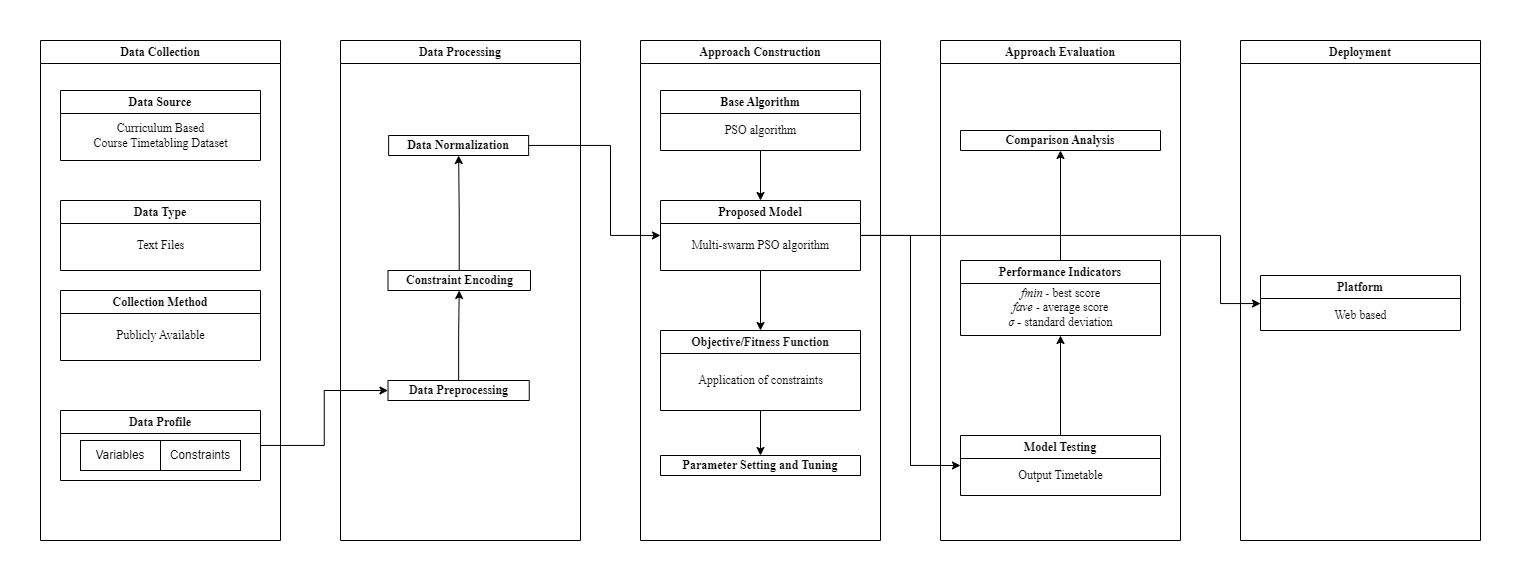
Earlier version of the draw.io export framework.png (Gian44/thesis-proposal). Source tidied: cells renumbered, new cells last; positions are measured from the earlier drawing's top-left corner, leaving out a move shared by most shapes.
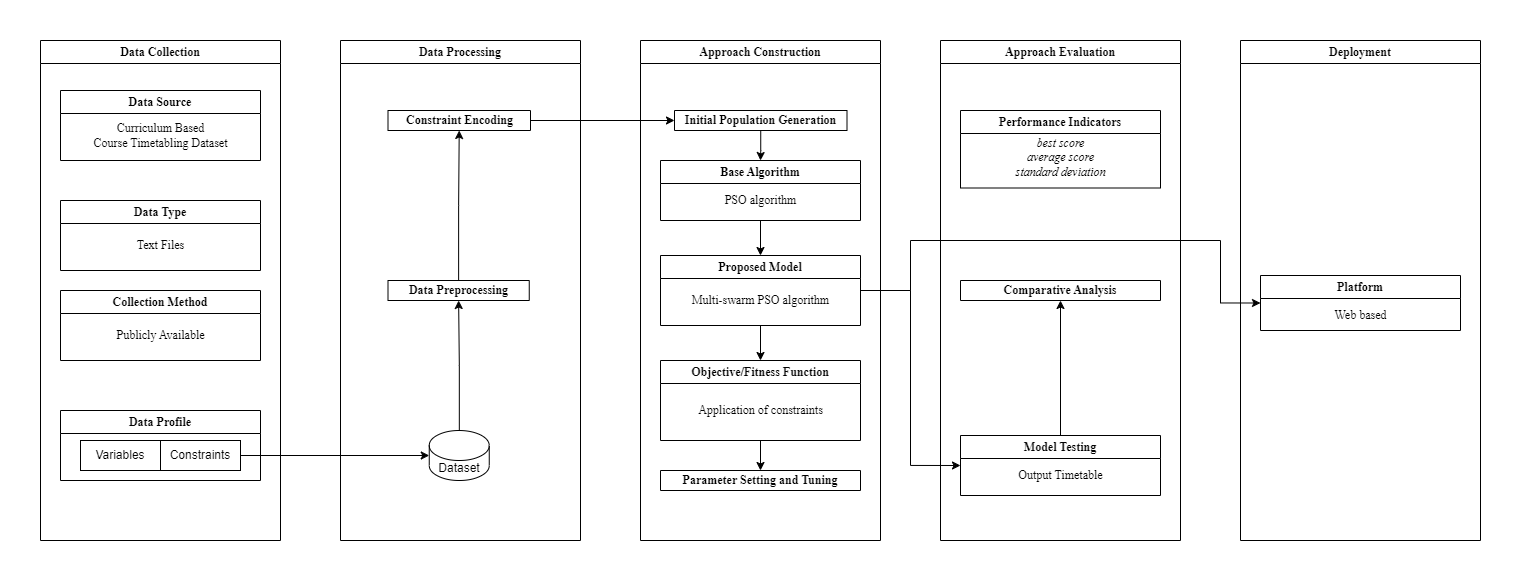
The same file after the commit.

What changed in the source:
```diff
@@ -122,6 +122,12 @@
         <mxPoint x="130" y="240" as="targetPoint" />
       </mxGeometry>
     </mxCell>
+    <mxCell id="46" value="&lt;font&gt;Constraint Encoding&lt;/font&gt;" style="swimlane;whiteSpace=wrap;html=1;fontStyle=1;fontFamily=Computer Modern;" parent="11" vertex="1" collapsed="1">
+      <mxGeometry x="47.5" y="70" width="142.5" height="20" as="geometry" />
+    </mxCell>
+    <mxCell id="58" value="Dataset" style="shape=cylinder3;whiteSpace=wrap;html=1;boundedLbl=1;backgroundOutline=1;size=15;" parent="11" vertex="1">
+      <mxGeometry x="88.8" y="390" width="60" height="50" as="geometry" />
+    </mxCell>
     <mxCell id="25" value="&lt;font&gt;Approach Construction&lt;/font&gt;" style="swimlane;whiteSpace=wrap;html=1;fontStyle=1;fontFamily=Computer Modern;" parent="1" vertex="1">
       <mxGeometry x="640" y="40" width="240" height="500" as="geometry" />
     </mxCell>
@@ -129,7 +135,7 @@
       <mxGeometry relative="1" as="geometry" />
     </mxCell>
     <mxCell id="27" value="&lt;font&gt;Proposed Model&lt;/font&gt;" style="swimlane;whiteSpace=wrap;html=1;fontStyle=1;fontFamily=Computer Modern;" parent="25" vertex="1">
-      <mxGeometry x="20" y="160" width="200" height="70" as="geometry" />
+      <mxGeometry x="20" y="215" width="200" height="70" as="geometry" />
     </mxCell>
     <mxCell id="28" value="Multi-swarm PSO algorithm" style="text;html=1;align=center;verticalAlign=middle;strokeColor=none;fillColor=none;fontFamily=Computer Modern;" parent="27" vertex="1">
       <mxGeometry x="20" y="30" width="160" height="30" as="geometry" />
@@ -138,14 +144,29 @@
       <mxGeometry relative="1" as="geometry" />
     </mxCell>
     <mxCell id="30" value="&lt;font&gt;Objective/Fitness Function&lt;/font&gt;" style="swimlane;whiteSpace=wrap;html=1;fontStyle=1;fontFamily=Computer Modern;" parent="25" vertex="1">
-      <mxGeometry x="20" y="290" width="200" height="80" as="geometry" />
+      <mxGeometry x="20" y="320" width="200" height="80" as="geometry" />
     </mxCell>
     <mxCell id="31" value="Application of constraints" style="text;html=1;align=center;verticalAlign=middle;strokeColor=none;fillColor=none;fontFamily=Computer Modern;" parent="30" vertex="1">
       <mxGeometry x="25" y="35" width="150" height="30" as="geometry" />
     </mxCell>
     <mxCell id="32" value="&lt;font&gt;Parameter Setting and Tuning&lt;/font&gt;" style="swimlane;whiteSpace=wrap;html=1;fontStyle=1;fontFamily=Computer Modern;" parent="25" vertex="1" collapsed="1">
-      <mxGeometry x="20" y="415" width="200" height="20" as="geometry" />
+      <mxGeometry x="20" y="430" width="200" height="20" as="geometry" />
     </mxCell>
+    <mxCell id="59" style="edgeStyle=orthogonalEdgeStyle;rounded=0;jettySize=auto;html=1;entryX=0.5;entryY=0;entryDx=0;entryDy=0;" parent="25" edge="1" source="60" target="53">
+      <mxGeometry relative="1" as="geometry" />
+    </mxCell>
+    <mxCell id="60" value="&lt;font&gt;Initial Population Generation&lt;/font&gt;" style="swimlane;whiteSpace=wrap;html=1;fontStyle=1;fontFamily=Computer Modern;" parent="25" vertex="1" collapsed="1">
+      <mxGeometry x="34" y="70" width="172.5" height="20" as="geometry" />
+    </mxCell>
+    <mxCell id="53" value="&lt;font&gt;Base Algorithm&lt;/font&gt;" style="swimlane;whiteSpace=wrap;html=1;fontStyle=1;fontFamily=Computer Modern;" parent="25" vertex="1">
+      <mxGeometry x="20" y="120" width="200" height="60" as="geometry" />
+    </mxCell>
+    <mxCell id="54" value="PSO algorithm" style="text;html=1;align=center;verticalAlign=middle;strokeColor=none;fillColor=none;fontFamily=Computer Modern;rotation=0;" parent="53" vertex="1">
+      <mxGeometry x="50" y="25" width="100" height="30" as="geometry" />
+    </mxCell>
+    <mxCell id="52" style="edgeStyle=orthogonalEdgeStyle;rounded=0;jettySize=auto;html=1;" parent="25" edge="1" source="53" target="27">
+      <mxGeometry relative="1" as="geometry" />
+    </mxCell>
     <mxCell id="33" value="&lt;font&gt;Approach Evaluation&lt;/font&gt;" style="swimlane;whiteSpace=wrap;html=1;fontStyle=1;fontFamily=Computer Modern;" parent="1" vertex="1">
       <mxGeometry x="940" y="40" width="240" height="500" as="geometry" />
     </mxCell>
@@ -155,9 +176,18 @@
     <mxCell id="35" value="Output Timetable" style="text;html=1;align=center;verticalAlign=middle;strokeColor=none;fillColor=none;fontFamily=Computer Modern;" parent="34" vertex="1">
       <mxGeometry x="45" y="25" width="110" height="30" as="geometry" />
     </mxCell>
-    <mxCell id="36" value="&lt;font&gt;Comparison Analysis&lt;/font&gt;" style="swimlane;whiteSpace=wrap;html=1;fontStyle=1;fontFamily=Computer Modern;" parent="33" vertex="1">
-      <mxGeometry x="20" y="90" width="200" height="20" as="geometry" />
-    </mxCell>
+    <mxCell id="50" value="&lt;font&gt;Performance Indicators&lt;/font&gt;" style="swimlane;whiteSpace=wrap;html=1;fontStyle=1;fontFamily=Computer Modern;" parent="33" vertex="1">
+      <mxGeometry x="20" y="70" width="200" height="77.5" as="geometry" />
+    </mxCell>
+    <mxCell id="61" value="&lt;i&gt;best score&lt;br&gt;average score&lt;br&gt;standard deviation&lt;br&gt;&lt;/i&gt;" style="text;html=1;align=center;verticalAlign=middle;strokeColor=none;fillColor=none;fontFamily=Computer Modern;" parent="50" vertex="1">
+      <mxGeometry x="45" y="17.5" width="110" height="60" as="geometry" />
+    </mxCell>
+    <mxCell id="62" value="&lt;font&gt;Comparative Analysis&lt;/font&gt;" style="swimlane;whiteSpace=wrap;html=1;fontStyle=1;fontFamily=Computer Modern;" parent="33" vertex="1">
+      <mxGeometry x="20" y="240" width="200" height="20" as="geometry" />
+    </mxCell>
+    <mxCell id="55" style="edgeStyle=orthogonalEdgeStyle;rounded=0;jettySize=auto;html=1;entryX=0.5;entryY=1;entryDx=0;entryDy=0;" parent="33" edge="1" source="34" target="62">
+      <mxGeometry relative="1" as="geometry" />
+    </mxCell>
     <mxCell id="37" value="&lt;font&gt;Deployment&lt;/font&gt;" style="swimlane;whiteSpace=wrap;html=1;fontStyle=1;fontFamily=Computer Modern;" parent="1" vertex="1">
       <mxGeometry x="1240" y="40" width="240" height="500" as="geometry" />
     </mxCell>
@@ -177,59 +207,29 @@
       <mxGeometry relative="1" as="geometry" />
     </mxCell>
     <mxCell id="43" value="&lt;font&gt;Data Preprocessing&lt;/font&gt;" style="swimlane;whiteSpace=wrap;html=1;fontStyle=1;fontFamily=Computer Modern;" parent="1" vertex="1" collapsed="1">
-      <mxGeometry x="387.5" y="380" width="141.2" height="20" as="geometry" />
+      <mxGeometry x="387.5" y="280" width="141.2" height="20" as="geometry" />
     </mxCell>
-    <mxCell id="44" style="edgeStyle=orthogonalEdgeStyle;rounded=0;jettySize=auto;html=1;entryX=0;entryY=0.5;entryDx=0;entryDy=0;" parent="1" edge="1" source="6" target="43">
-      <mxGeometry relative="1" as="geometry" />
-    </mxCell>
-    <mxCell id="45" style="edgeStyle=orthogonalEdgeStyle;rounded=0;jettySize=auto;html=1;entryX=0.5;entryY=1;entryDx=0;entryDy=0;" parent="1" edge="1" source="46" target="48">
-      <mxGeometry relative="1" as="geometry" />
-    </mxCell>
-    <mxCell id="46" value="&lt;font&gt;Constraint Encoding&lt;/font&gt;" style="swimlane;whiteSpace=wrap;html=1;fontStyle=1;fontFamily=Computer Modern;" parent="1" vertex="1" collapsed="1">
-      <mxGeometry x="387.5" y="270" width="142.5" height="20" as="geometry" />
-    </mxCell>
-    <mxCell id="47" style="edgeStyle=orthogonalEdgeStyle;rounded=0;jettySize=auto;html=1;" parent="1" edge="1" source="48" target="27">
-      <mxGeometry relative="1" as="geometry">
-        <Array as="points">
-          <mxPoint x="610" y="145" />
-          <mxPoint x="610" y="235" />
-        </Array>
-      </mxGeometry>
-    </mxCell>
-    <mxCell id="48" value="&lt;font&gt;Data Normalization&lt;/font&gt;" style="swimlane;whiteSpace=wrap;html=1;fontStyle=1;fontFamily=Computer Modern;startSize=23;" parent="1" vertex="1" collapsed="1">
-      <mxGeometry x="388.1" y="135" width="140" height="20" as="geometry" />
-    </mxCell>
-    <mxCell id="49" style="edgeStyle=orthogonalEdgeStyle;rounded=0;jettySize=auto;html=1;" parent="1" edge="1" source="50" target="36">
-      <mxGeometry relative="1" as="geometry" />
-    </mxCell>
-    <mxCell id="50" value="&lt;font&gt;Performance Indicators&lt;/font&gt;" style="swimlane;whiteSpace=wrap;html=1;fontStyle=1;fontFamily=Computer Modern;" parent="1" vertex="1">
-      <mxGeometry x="960" y="260" width="200" height="75" as="geometry" />
-    </mxCell>
-    <mxCell id="51" value="&lt;i&gt;fmin &lt;/i&gt;- best score&lt;br&gt;&lt;i&gt;fave &lt;/i&gt;- average score&lt;br&gt;&lt;i&gt;σ&lt;/i&gt;&lt;i style=&quot;font-weight: bold;&quot;&gt;&amp;nbsp;- &lt;/i&gt;standard deviation" style="text;html=1;align=center;verticalAlign=middle;strokeColor=none;fillColor=none;fontFamily=Computer Modern;" parent="50" vertex="1">
-      <mxGeometry x="35" y="17.5" width="130" height="60" as="geometry" />
-    </mxCell>
-    <mxCell id="52" style="edgeStyle=orthogonalEdgeStyle;rounded=0;jettySize=auto;html=1;" parent="1" edge="1" source="53" target="27">
-      <mxGeometry relative="1" as="geometry" />
-    </mxCell>
-    <mxCell id="53" value="&lt;font&gt;Base Algorithm&lt;/font&gt;" style="swimlane;whiteSpace=wrap;html=1;fontStyle=1;fontFamily=Computer Modern;" parent="1" vertex="1">
-      <mxGeometry x="660" y="90" width="200" height="60" as="geometry" />
-    </mxCell>
-    <mxCell id="54" value="PSO algorithm" style="text;html=1;align=center;verticalAlign=middle;strokeColor=none;fillColor=none;fontFamily=Computer Modern;rotation=0;" parent="53" vertex="1">
-      <mxGeometry x="50" y="25" width="100" height="30" as="geometry" />
-    </mxCell>
-    <mxCell id="55" style="edgeStyle=orthogonalEdgeStyle;rounded=0;jettySize=auto;html=1;" parent="1" edge="1" source="34" target="50">
-      <mxGeometry relative="1" as="geometry" />
-    </mxCell>
+    <mxCell id="63" style="edgeStyle=orthogonalEdgeStyle;rounded=0;jettySize=auto;html=1;entryX=0;entryY=0.5;entryDx=0;entryDy=0;" parent="1" edge="1" source="46" target="60">
+      <mxGeometry relative="1" as="geometry" />
+    </mxCell>
+    <mxCell id="57" style="edgeStyle=orthogonalEdgeStyle;rounded=0;jettySize=auto;html=1;entryX=0;entryY=0.5;entryDx=0;entryDy=0;" parent="1" edge="1" source="27" target="34">
+      <mxGeometry relative="1" as="geometry" />
+    </mxCell>
+    <mxCell id="64" style="edgeStyle=orthogonalEdgeStyle;rounded=0;jettySize=auto;html=1;entryX=0;entryY=0.5;entryDx=0;entryDy=0;entryPerimeter=0;" parent="1" edge="1" source="8" target="58">
+      <mxGeometry relative="1" as="geometry" />
+    </mxCell>
+    <mxCell id="65" style="edgeStyle=orthogonalEdgeStyle;rounded=0;jettySize=auto;html=1;entryX=0.5;entryY=1;entryDx=0;entryDy=0;" parent="1" edge="1" source="58" target="43">
+      <mxGeometry relative="1" as="geometry" />
+    </mxCell>
-    <mxCell id="56" style="edgeStyle=orthogonalEdgeStyle;rounded=0;jettySize=auto;html=1;" parent="1" edge="1" source="27" target="38">
+    <mxCell id="56" style="edgeStyle=orthogonalEdgeStyle;rounded=0;jettySize=auto;html=1;entryX=0;entryY=0.5;entryDx=0;entryDy=0;" parent="1" edge="1" source="27" target="38">
       <mxGeometry relative="1" as="geometry">
         <Array as="points">
-          <mxPoint x="1220" y="235" />
-          <mxPoint x="1220" y="303" />
+          <mxPoint x="910" y="290" />
+          <mxPoint x="910" y="240" />
+          <mxPoint x="1220" y="240" />
+          <mxPoint x="1220" y="302" />
         </Array>
       </mxGeometry>
     </mxCell>
-    <mxCell id="57" style="edgeStyle=orthogonalEdgeStyle;rounded=0;jettySize=auto;html=1;entryX=0;entryY=0.5;entryDx=0;entryDy=0;" parent="1" edge="1" source="27" target="34">
-      <mxGeometry relative="1" as="geometry" />
-    </mxCell>
   </root>
 </mxGraphModel>
```
